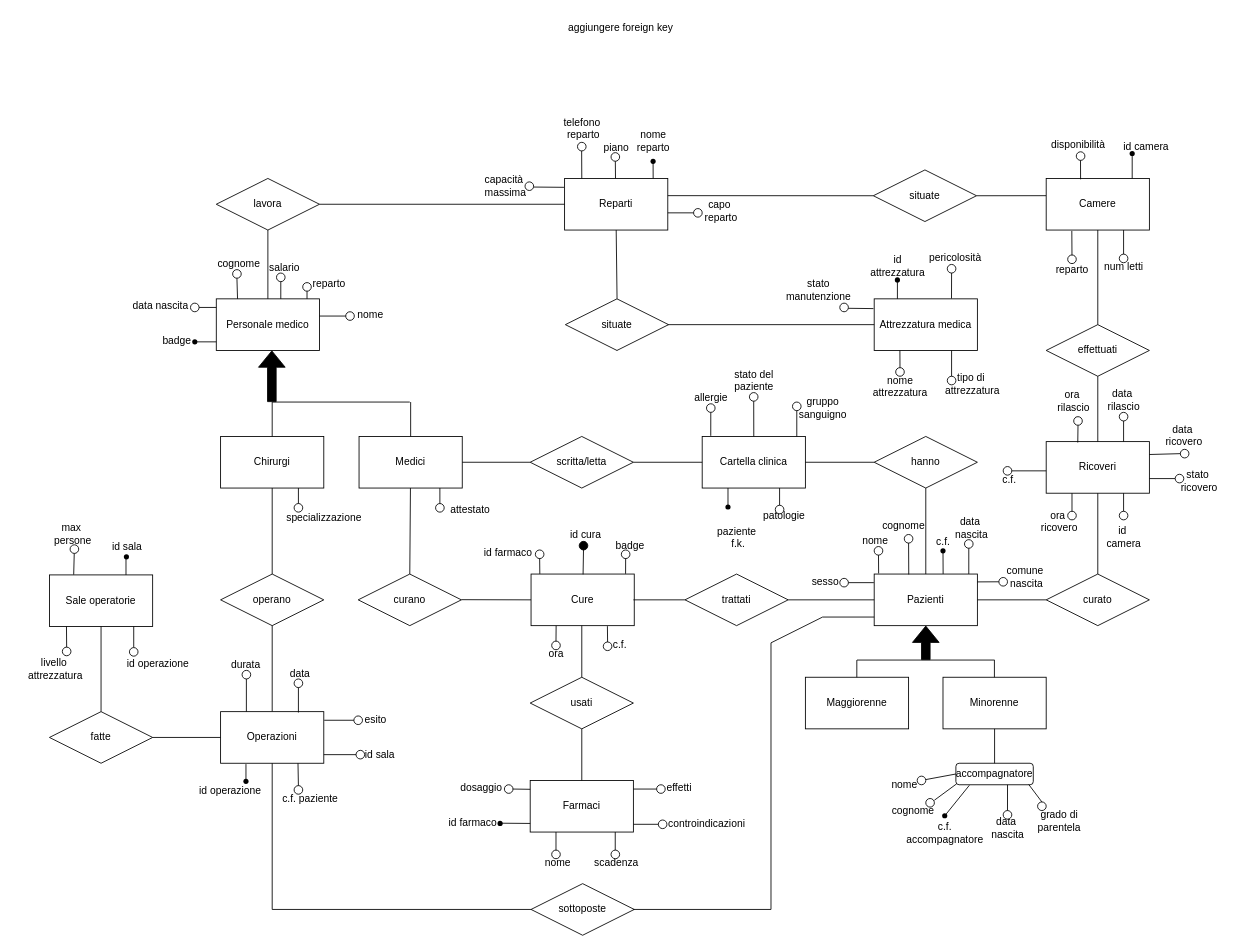
Earlier version of the draw.io diagram ER-conc2.drawio (MicheleDioli/UniPD-database-project-2024). Source tidied: cells renumbered, new cells numbered last; positions are measured from the earlier drawing's top-left corner, leaving out a move shared by most shapes. Both pictures are drawn from the tidied source at 86%, with x=0, y=0 at pixel (15, 15).
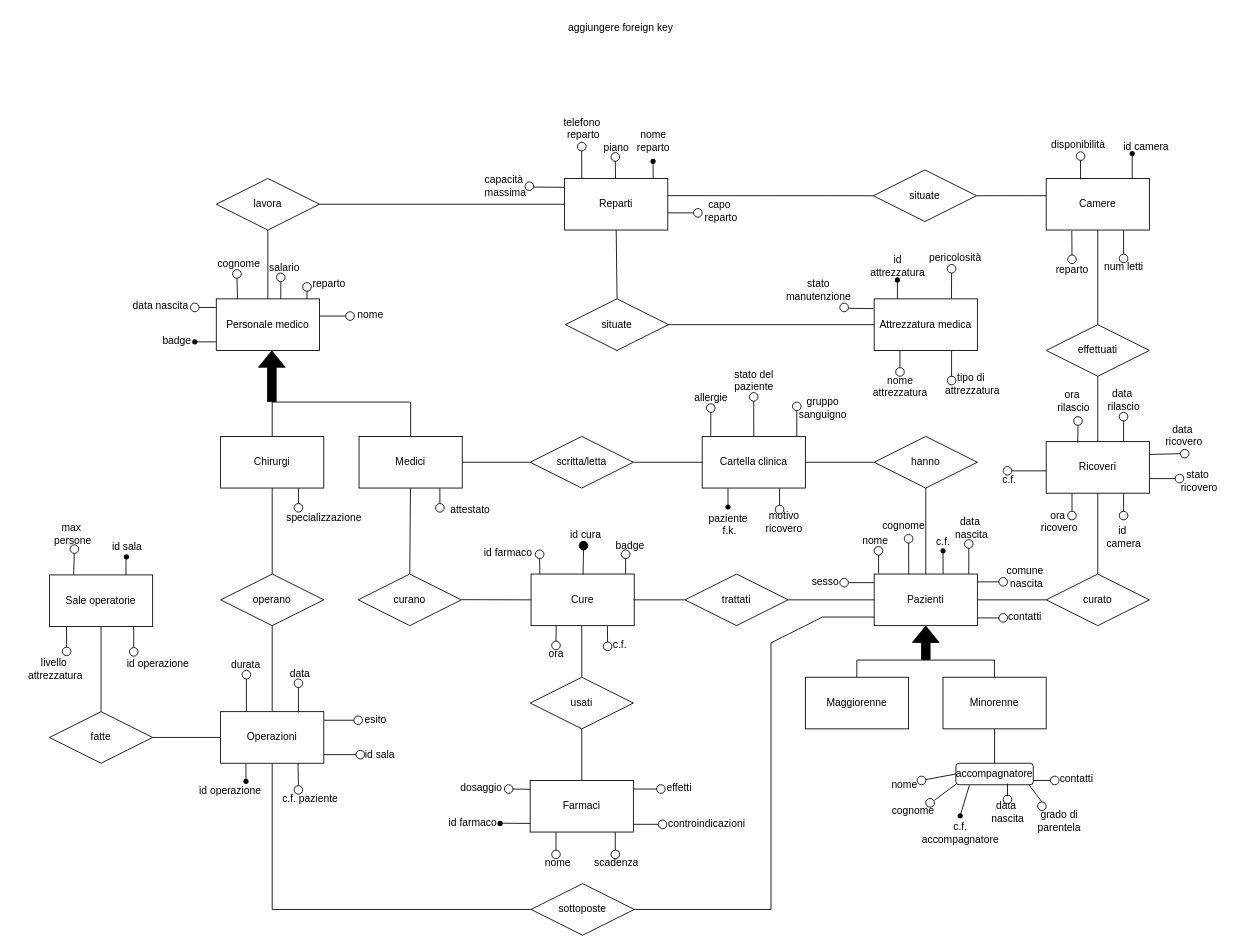
The same page after the edit.

The change refers to these unchanged cells:
```xml
<mxCell id="77" value="&lt;span style=&quot;white-space: nowrap;&quot;&gt;accompagnatore&lt;/span&gt;" style="rounded=1;whiteSpace=wrap;html=1;" parent="1" vertex="1">
  <mxGeometry x="1094" y="870" width="90" height="25" as="geometry" />
</mxCell>
```

What changed in the source:
```diff
@@
-    <mxCell id="60" value="patologie" style="text;html=1;align=center;verticalAlign=middle;strokeColor=none;fillColor=none;" parent="1" vertex="1">
-      <mxGeometry x="859" y="568" width="70" height="30" as="geometry" />
+    <mxCell id="60" value="motivo&lt;div&gt;ricovero&lt;/div&gt;" style="text;html=1;align=center;verticalAlign=middle;strokeColor=none;fillColor=none;" parent="1" vertex="1">
+      <mxGeometry x="859" y="570" width="70" height="40" as="geometry" />
     </mxCell>
@@
     <mxCell id="82" value="c.f. &lt;br&gt;accompagnatore" style="text;html=1;align=center;verticalAlign=middle;points=[];strokeColor=none;fillColor=none;" parent="1" vertex="1">
-      <mxGeometry x="1026" y="931" width="110" height="40" as="geometry" />
+      <mxGeometry x="1044" y="931" width="110" height="40" as="geometry" />
     </mxCell>
     <mxCell id="83" value="data&amp;nbsp;&lt;div&gt;nascita&lt;/div&gt;" style="text;html=1;align=center;verticalAlign=middle;strokeColor=none;fillColor=none;" parent="1" vertex="1">
-      <mxGeometry x="1124" y="925" width="60" height="40" as="geometry" />
+      <mxGeometry x="1124" y="907" width="60" height="40" as="geometry" />
     </mxCell>
@@
     <mxCell id="85" style="ellipse;whiteSpace=wrap;html=1;" parent="1" vertex="1">
-      <mxGeometry x="1149" y="925" width="10" height="10" as="geometry" />
+      <mxGeometry x="1149" y="907" width="10" height="10" as="geometry" />
     </mxCell>
@@
-    <mxCell id="90" style="endArrow=none;html=1;rounded=0;entryX=0.174;entryY=1.026;entryDx=0;entryDy=0;entryPerimeter=0;exitX=0.508;exitY=-0.023;exitDx=0;exitDy=0;exitPerimeter=0;" parent="1" edge="1" source="82" target="77">
+    <mxCell id="90" style="endArrow=none;html=1;rounded=0;entryX=0.174;entryY=1.026;entryDx=0;entryDy=0;entryPerimeter=0;" parent="1" edge="1" source="164" target="77">
       <mxGeometry relative="1" as="geometry" />
     </mxCell>
-    <mxCell id="91" style="endArrow=none;html=1;rounded=0;entryX=0.667;entryY=1.003;entryDx=0;entryDy=0;entryPerimeter=0;" parent="1" edge="1" target="77">
+    <mxCell id="91" style="endArrow=none;html=1;rounded=0;entryX=0.667;entryY=1.003;entryDx=0;entryDy=0;entryPerimeter=0;" parent="1" edge="1">
       <mxGeometry relative="1" as="geometry">
-        <mxPoint x="1154" y="925" as="sourcePoint" />
+        <mxPoint x="1154" y="908.5" as="sourcePoint" />
+        <mxPoint x="1154" y="893.5" as="targetPoint" />
       </mxGeometry>
     </mxCell>
@@
     <mxCell id="164" style="shape=waypoint;sketch=0;fillStyle=solid;size=6;points=[];fillColor=none;perimeter=centerPerimeter;snapToPoint=1;" parent="1" vertex="1">
-      <mxGeometry x="1071" y="921" width="20" height="20" as="geometry" />
+      <mxGeometry x="1089" y="921" width="20" height="20" as="geometry" />
     </mxCell>
@@
     <mxCell id="209" value="paziente&lt;div&gt;&amp;nbsp;f.k.&lt;div&gt;&lt;br&gt;&lt;/div&gt;&lt;/div&gt;" style="text;html=1;align=center;verticalAlign=middle;strokeColor=none;fillColor=none;" parent="1" vertex="1">
-      <mxGeometry x="804" y="585" width="70" height="60" as="geometry" />
+      <mxGeometry x="794" y="570" width="70" height="60" as="geometry" />
     </mxCell>
@@
+    <mxCell id="274" value="contatti" style="text;html=1;align=center;verticalAlign=middle;strokeColor=none;fillColor=none;" parent="1" vertex="1">
+      <mxGeometry x="1144" y="685" width="60" height="30" as="geometry" />
+    </mxCell>
+    <mxCell id="275" style="ellipse;whiteSpace=wrap;html=1;" parent="1" vertex="1">
+      <mxGeometry x="1144" y="696" width="10" height="10" as="geometry" />
+    </mxCell>
+    <mxCell id="276" style="endArrow=none;html=1;rounded=0;exitX=0.999;exitY=0.152;exitDx=0;exitDy=0;exitPerimeter=0;entryX=0;entryY=0.5;entryDx=0;entryDy=0;" parent="1" edge="1" target="275">
+      <mxGeometry relative="1" as="geometry">
+        <mxPoint x="1119" y="701" as="sourcePoint" />
+      </mxGeometry>
+    </mxCell>
+    <mxCell id="277" value="contatti&lt;div&gt;&lt;br&gt;&lt;/div&gt;" style="text;html=1;align=center;verticalAlign=middle;strokeColor=none;fillColor=none;" parent="1" vertex="1">
+      <mxGeometry x="1204" y="875" width="60" height="40" as="geometry" />
+    </mxCell>
+    <mxCell id="278" style="ellipse;whiteSpace=wrap;html=1;" parent="1" vertex="1">
+      <mxGeometry x="1204" y="885" width="10" height="10" as="geometry" />
+    </mxCell>
+    <mxCell id="279" style="endArrow=none;html=1;rounded=0;entryX=0.941;entryY=0.987;entryDx=0;entryDy=0;entryPerimeter=0;exitX=0;exitY=0.5;exitDx=0;exitDy=0;" parent="1" edge="1" source="278">
+      <mxGeometry relative="1" as="geometry">
+        <mxPoint x="1184" y="890" as="targetPoint" />
+      </mxGeometry>
+    </mxCell>
```
